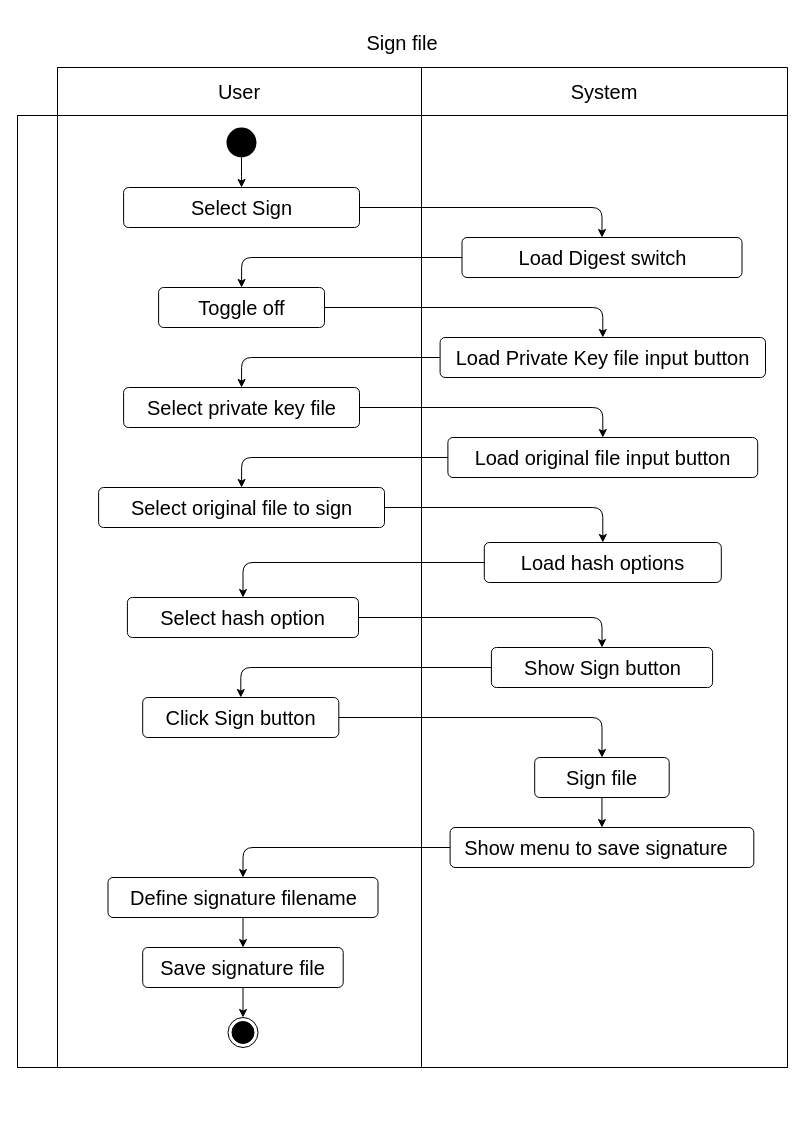
Above: page "Sign file" (1 of 2) of diagrams/activity/sign.drawio in luvitale/inti-digital-signature (draw.io), before the change. Source tidied: cells renumbered, new cells numbered last; positions are measured from the earlier drawing's top-left corner, leaving out a move shared by most shapes. Both pictures are drawn from the tidied source at 100%, with x=0, y=0 at pixel (17, 17).
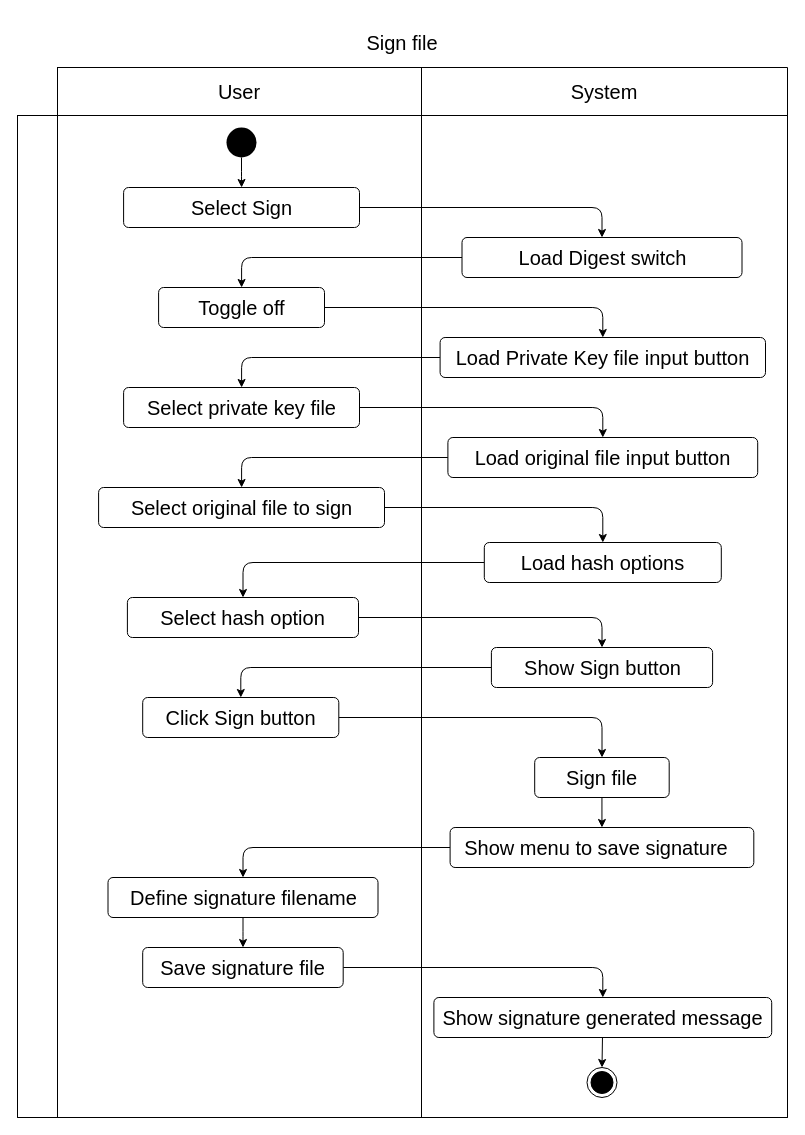
The same diagram, later.

The change refers to these unchanged cells:
```xml
<mxCell id="26" value="Save signature file" style="html=1;align=center;verticalAlign=middle;rounded=1;absoluteArcSize=1;arcSize=10;dashed=0;fontSize=20;" parent="1" vertex="1">
  <mxGeometry x="125.2" y="930" width="200.5" height="40" as="geometry" />
</mxCell>
```

The edit, as a diff of the source:
```diff
@@
     <mxCell id="2" value="Sign file" style="shape=table;html=1;whiteSpace=wrap;startSize=50;childLayout=tableLayout;fillColor=none;swimlaneFillColor=none;strokeColor=none;fontSize=20;" parent="1" vertex="1">
-      <mxGeometry width="770" height="1050" as="geometry" />
+      <mxGeometry width="770" height="1100" as="geometry" />
     </mxCell>
@@
     <mxCell id="7" style="shape=partialRectangle;html=1;whiteSpace=wrap;fillColor=none;top=1;left=1;bottom=1;right=1;fontSize=20;" parent="2" vertex="1">
-      <mxGeometry y="98" width="770" height="952" as="geometry" />
+      <mxGeometry y="98" width="770" height="1002" as="geometry" />
     </mxCell>
     <mxCell id="8" style="shape=partialRectangle;html=1;whiteSpace=wrap;fillColor=none;top=1;left=1;bottom=1;right=1;overflow=hidden;horizontal=0;fontSize=20;" parent="7" vertex="1">
-      <mxGeometry width="40" height="952" as="geometry" />
+      <mxGeometry width="40" height="1002" as="geometry" />
     </mxCell>
     <mxCell id="9" style="shape=partialRectangle;html=1;whiteSpace=wrap;fillColor=none;top=1;left=1;bottom=1;right=1;overflow=hidden;fontSize=20;" parent="7" vertex="1">
-      <mxGeometry x="40" width="364" height="952" as="geometry" />
+      <mxGeometry x="40" width="364" height="1002" as="geometry" />
     </mxCell>
     <mxCell id="10" style="shape=partialRectangle;html=1;whiteSpace=wrap;fillColor=none;top=1;left=1;bottom=1;right=1;overflow=hidden;fontSize=20;" parent="7" vertex="1">
-      <mxGeometry x="404" width="366" height="952" as="geometry" />
+      <mxGeometry x="404" width="366" height="1002" as="geometry" />
     </mxCell>
@@
-    <mxCell id="25" style="edgeStyle=orthogonalEdgeStyle;html=1;fontSize=20;" parent="1" edge="1" source="26" target="29">
+    <mxCell id="25" style="edgeStyle=orthogonalEdgeStyle;html=1;fontSize=20;" parent="1" edge="1" source="26" target="45">
       <mxGeometry relative="1" as="geometry" />
     </mxCell>
@@
     <mxCell id="29" style="ellipse;html=1;shape=endState;fillColor=#000000;strokeColor=#000000;fontSize=20;" parent="1" vertex="1">
-      <mxGeometry x="210.5" y="1000" width="30" height="30" as="geometry" />
+      <mxGeometry x="569.5" y="1050" width="30" height="30" as="geometry" />
     </mxCell>
@@
+    <mxCell id="44" style="edgeStyle=none;html=1;" parent="1" edge="1" source="45" target="29">
+      <mxGeometry relative="1" as="geometry" />
+    </mxCell>
+    <mxCell id="45" value="Show signature generated message" style="html=1;align=center;verticalAlign=middle;rounded=1;absoluteArcSize=1;arcSize=10;dashed=0;fontSize=20;" parent="1" vertex="1">
+      <mxGeometry x="416.4" y="980" width="337.8" height="40" as="geometry" />
+    </mxCell>
```
